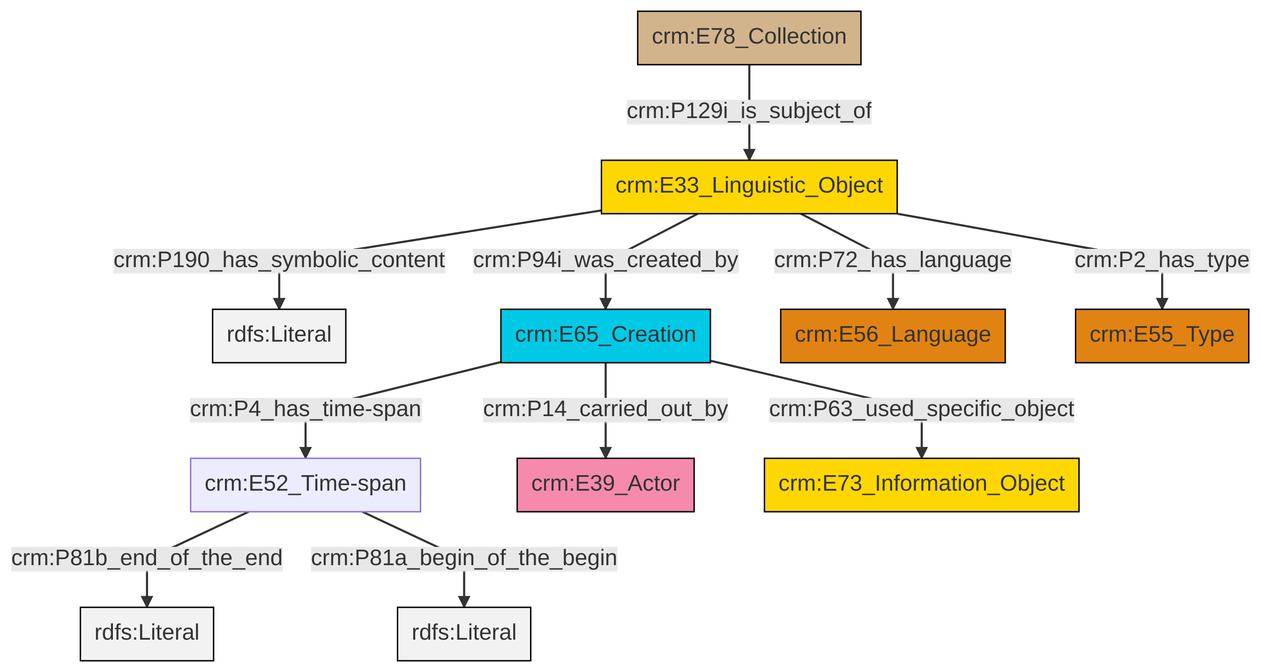
Above: et/archivalCSV/ttl/mmd/png/archival_desc.png in swiss-art-research-net/docs.swissartresearch (Mermaid), before the change. Its source is kept beside it as et/archivalCSV/ttl/mmd/archival_desc.ttl.mmd.
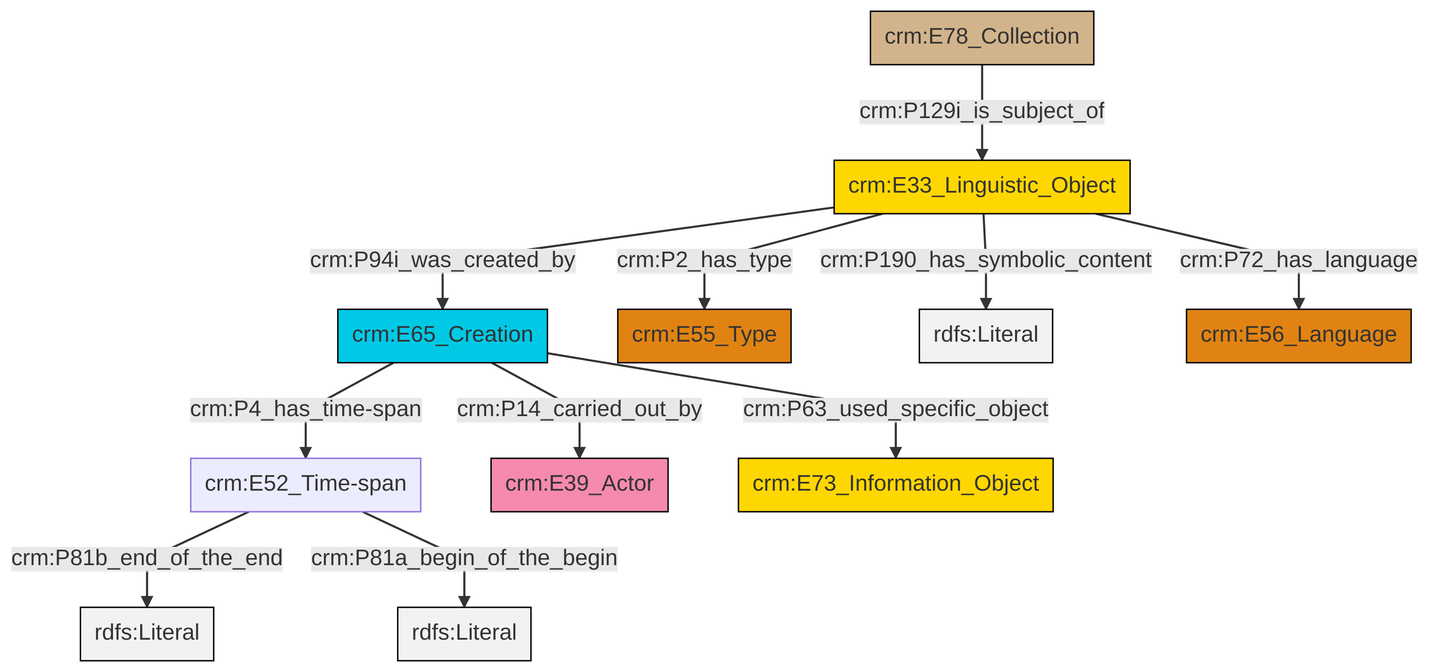
The same diagram one commit later.

What changed in the source:
```diff
@@ -13,13 +13,13 @@
 classDef PC_Classes fill:#4ce600, stroke:#000000;
 classDef Multi fill:#cccccc,stroke:#000000;
 
-0["crm:E33_Linguistic_Object"]:::Conceptual_Object -->|crm:P190_has_symbolic_content| 1[rdfs:Literal]:::Literal
-3["crm:E52_Time-span"]:::Default -->|crm:P81b_end_of_the_end| 4[rdfs:Literal]:::Literal
-7["crm:E78_Collection"]:::Physical_Thing -->|crm:P129i_is_subject_of| 0["crm:E33_Linguistic_Object"]:::Conceptual_Object
-9["crm:E65_Creation"]:::Temporal_Entity -->|crm:P4_has_time-span| 3["crm:E52_Time-span"]:::Default
-0["crm:E33_Linguistic_Object"]:::Conceptual_Object -->|crm:P72_has_language| 10["crm:E56_Language"]:::Type
-0["crm:E33_Linguistic_Object"]:::Conceptual_Object -->|crm:P2_has_type| 11["crm:E55_Type"]:::Type
-3["crm:E52_Time-span"]:::Default -->|crm:P81a_begin_of_the_begin| 15[rdfs:Literal]:::Literal
-9["crm:E65_Creation"]:::Temporal_Entity -->|crm:P63_used_specific_object| 13["crm:E73_Information_Object"]:::Conceptual_Object
-0["crm:E33_Linguistic_Object"]:::Conceptual_Object -->|crm:P94i_was_created_by| 9["crm:E65_Creation"]:::Temporal_Entity
-9["crm:E65_Creation"]:::Temporal_Entity -->|crm:P14_carried_out_by| 5["crm:E39_Actor"]:::Actor
+0["crm:E52_Time-span"]:::Default -->|crm:P81b_end_of_the_end| 1[rdfs:Literal]:::Literal
+2["crm:E33_Linguistic_Object"]:::Conceptual_Object -->|crm:P94i_was_created_by| 3["crm:E65_Creation"]:::Temporal_Entity
+4["crm:E78_Collection"]:::Physical_Thing -->|crm:P129i_is_subject_of| 2["crm:E33_Linguistic_Object"]:::Conceptual_Object
+3["crm:E65_Creation"]:::Temporal_Entity -->|crm:P4_has_time-span| 0["crm:E52_Time-span"]:::Default
+0["crm:E52_Time-span"]:::Default -->|crm:P81a_begin_of_the_begin| 5[rdfs:Literal]:::Literal
+3["crm:E65_Creation"]:::Temporal_Entity -->|crm:P14_carried_out_by| 8["crm:E39_Actor"]:::Actor
+3["crm:E65_Creation"]:::Temporal_Entity -->|crm:P63_used_specific_object| 11["crm:E73_Information_Object"]:::Conceptual_Object
+2["crm:E33_Linguistic_Object"]:::Conceptual_Object -->|crm:P190_has_symbolic_content| 13[rdfs:Literal]:::Literal
+2["crm:E33_Linguistic_Object"]:::Conceptual_Object -->|crm:P72_has_language| 15["crm:E56_Language"]:::Type
+2["crm:E33_Linguistic_Object"]:::Conceptual_Object -->|crm:P2_has_type| 6["crm:E55_Type"]:::Type
```
